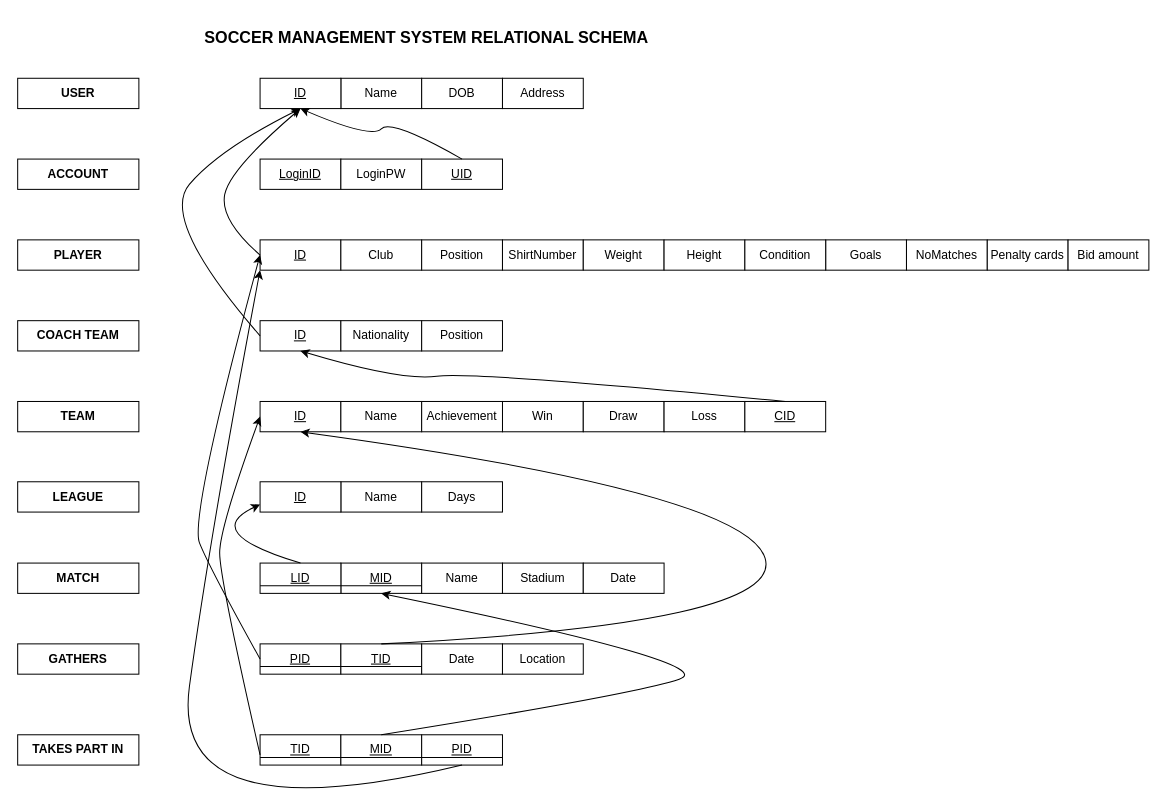
kieuvantuyen01/testGit keeps this draw.io diagram as RM_SoccerDBMS.drawio. Above is the earlier version. Source tidied: cells renumbered, new cells numbered last; positions are measured from the earlier drawing's top-left corner, leaving out a move shared by most shapes. Both pictures are drawn from the tidied source at 101%, with x=0, y=0 at pixel (17, 17).
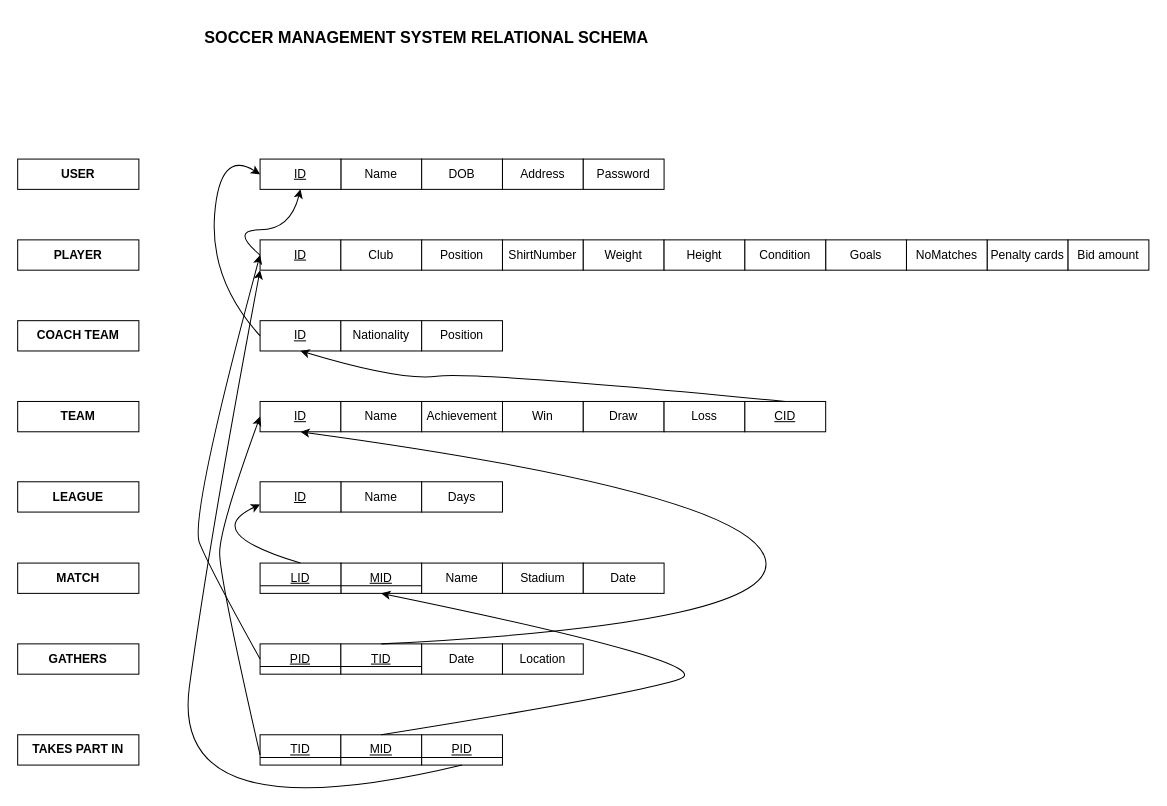
Above is the later version.

Unchanged cells that the change refers to:
```xml
<mxCell id="2" value="ID" style="rounded=0;whiteSpace=wrap;html=1;fontStyle=4;" parent="1" vertex="1">
  <mxGeometry x="240" y="220" width="80" height="30" as="geometry" />
</mxCell>
<mxCell id="21" value="ID" style="rounded=0;whiteSpace=wrap;html=1;fontStyle=4;" parent="1" vertex="1">
  <mxGeometry x="240" y="300" width="80" height="30" as="geometry" />
</mxCell>
```

Diff of the diagram source:
```diff
@@
-    <mxCell id="10" value="ACCOUNT" style="rounded=0;whiteSpace=wrap;html=1;fontStyle=1;" parent="1" vertex="1">
-      <mxGeometry y="140" width="120" height="30" as="geometry" />
-    </mxCell>
-    <mxCell id="11" value="LoginID" style="rounded=0;whiteSpace=wrap;html=1;fontStyle=4;" parent="1" vertex="1">
-      <mxGeometry x="240" y="140" width="80" height="30" as="geometry" />
-    </mxCell>
@@
-    <mxCell id="14" value="LoginPW" style="rounded=0;whiteSpace=wrap;html=1;" parent="1" vertex="1">
-      <mxGeometry x="320" y="140" width="80" height="30" as="geometry" />
-    </mxCell>
@@
     <mxCell id="16" value="USER" style="rounded=0;whiteSpace=wrap;html=1;fontStyle=1;" parent="1" vertex="1">
-      <mxGeometry y="60" width="120" height="30" as="geometry" />
+      <mxGeometry y="140" width="120" height="30" as="geometry" />
     </mxCell>
     <mxCell id="17" value="Name" style="rounded=0;whiteSpace=wrap;html=1;fontStyle=0;" parent="1" vertex="1">
-      <mxGeometry x="320" y="60" width="80" height="30" as="geometry" />
+      <mxGeometry x="320" y="140" width="80" height="30" as="geometry" />
     </mxCell>
     <mxCell id="18" value="&lt;span&gt;ID&lt;/span&gt;" style="rounded=0;whiteSpace=wrap;html=1;fontStyle=4;" parent="1" vertex="1">
-      <mxGeometry x="240" y="60" width="80" height="30" as="geometry" />
+      <mxGeometry x="240" y="140" width="80" height="30" as="geometry" />
     </mxCell>
     <mxCell id="19" value="DOB" style="rounded=0;whiteSpace=wrap;html=1;" parent="1" vertex="1">
-      <mxGeometry x="400" y="60" width="80" height="30" as="geometry" />
+      <mxGeometry x="400" y="140" width="80" height="30" as="geometry" />
     </mxCell>
     <mxCell id="20" value="Address" style="rounded=0;whiteSpace=wrap;html=1;" parent="1" vertex="1">
-      <mxGeometry x="480" y="60" width="80" height="30" as="geometry" />
+      <mxGeometry x="480" y="140" width="80" height="30" as="geometry" />
     </mxCell>
@@
-    <mxCell id="36" value="&lt;span&gt;UID&lt;/span&gt;" style="rounded=0;whiteSpace=wrap;html=1;fontStyle=4;" parent="1" vertex="1">
-      <mxGeometry x="400" y="140" width="80" height="30" as="geometry" />
-    </mxCell>
@@
-    <mxCell id="58" style="curved=1;endArrow=classic;html=1;entryX=0.5;entryY=1;entryDx=0;entryDy=0;exitX=0.5;exitY=0;exitDx=0;exitDy=0;" parent="1" edge="1" source="36" target="18">
-      <mxGeometry relative="1" as="geometry">
-        <Array as="points">
-          <mxPoint x="370" y="100" />
-          <mxPoint x="350" y="120" />
-        </Array>
-      </mxGeometry>
-    </mxCell>
-    <mxCell id="59" style="curved=1;endArrow=classic;html=1;exitX=0;exitY=0.5;exitDx=0;exitDy=0;" parent="1" edge="1" source="2">
+    <mxCell id="59" style="curved=1;endArrow=classic;html=1;exitX=0;exitY=0.5;exitDx=0;exitDy=0;entryX=0.5;entryY=1;entryDx=0;entryDy=0;" parent="1" edge="1" source="2" target="18">
       <mxGeometry relative="1" as="geometry">
-        <mxPoint x="280" y="90" as="targetPoint" />
         <Array as="points">
-          <mxPoint x="200" y="200" />
-          <mxPoint x="210" y="150" />
+          <mxPoint x="210" y="210" />
+          <mxPoint x="270" y="210" />
         </Array>
       </mxGeometry>
     </mxCell>
-    <mxCell id="60" style="curved=1;endArrow=classic;html=1;exitX=0;exitY=0.5;exitDx=0;exitDy=0;entryX=0.5;entryY=1;entryDx=0;entryDy=0;" parent="1" edge="1" source="21" target="18">
+    <mxCell id="60" style="curved=1;endArrow=classic;html=1;exitX=0;exitY=0.5;exitDx=0;exitDy=0;entryX=0;entryY=0.5;entryDx=0;entryDy=0;" parent="1" edge="1" source="21" target="18">
       <mxGeometry relative="1" as="geometry">
         <Array as="points">
-          <mxPoint x="140" y="200" />
+          <mxPoint x="190" y="260" />
           <mxPoint x="200" y="130" />
         </Array>
       </mxGeometry>
     </mxCell>
@@
+    <mxCell id="68" value="Password" style="rounded=0;whiteSpace=wrap;html=1;" parent="1" vertex="1">
+      <mxGeometry x="560" y="140" width="80" height="30" as="geometry" />
+    </mxCell>
```
